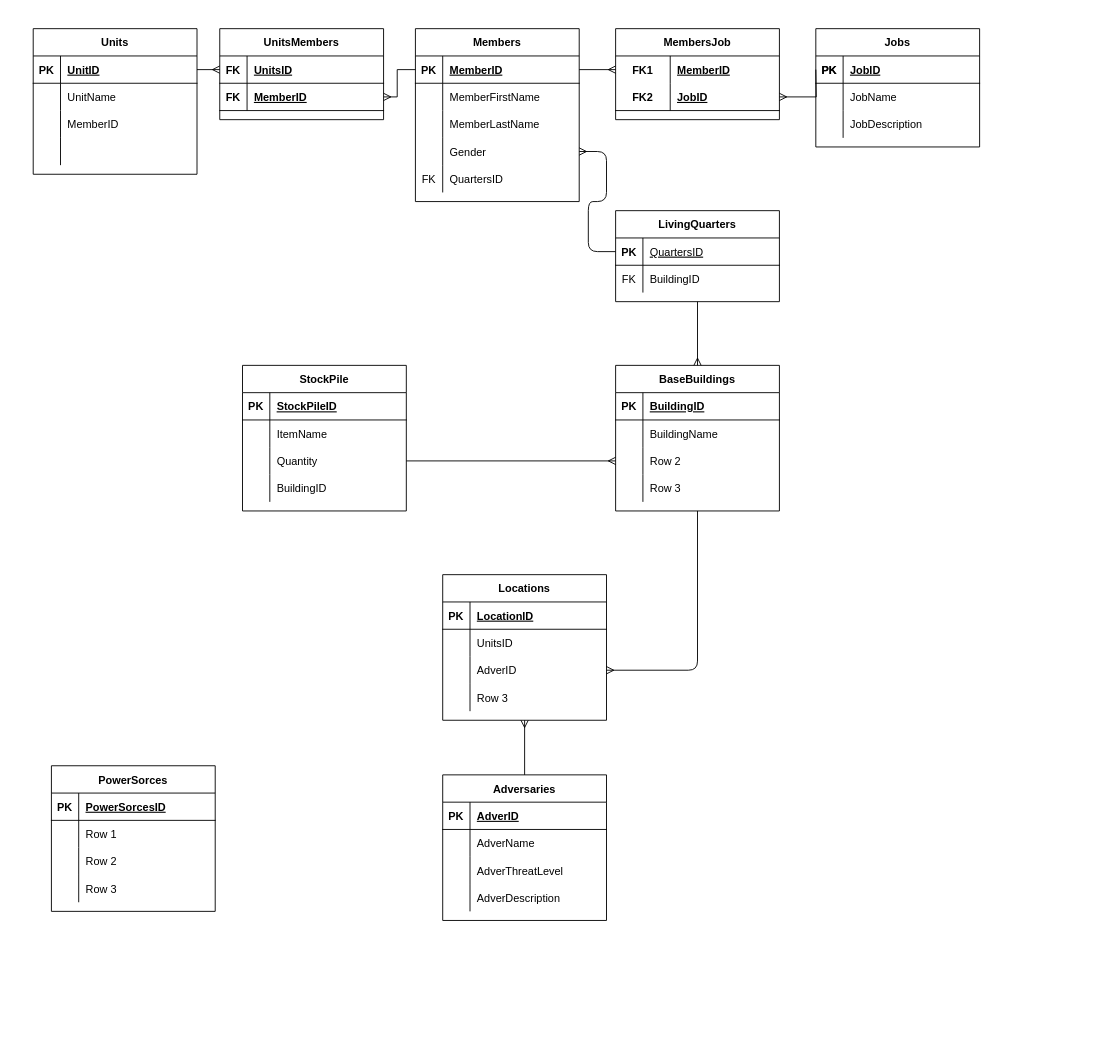
Earlier version of the draw.io diagram doomsdayERD.drawio (coyster10/Doomsday_Project). Source tidied: cells renumbered, new cells numbered last; positions are measured from the earlier drawing's top-left corner, leaving out a move shared by most shapes. Both pictures are drawn from the tidied source at 91%, with x=0, y=0 at pixel (33, 28).
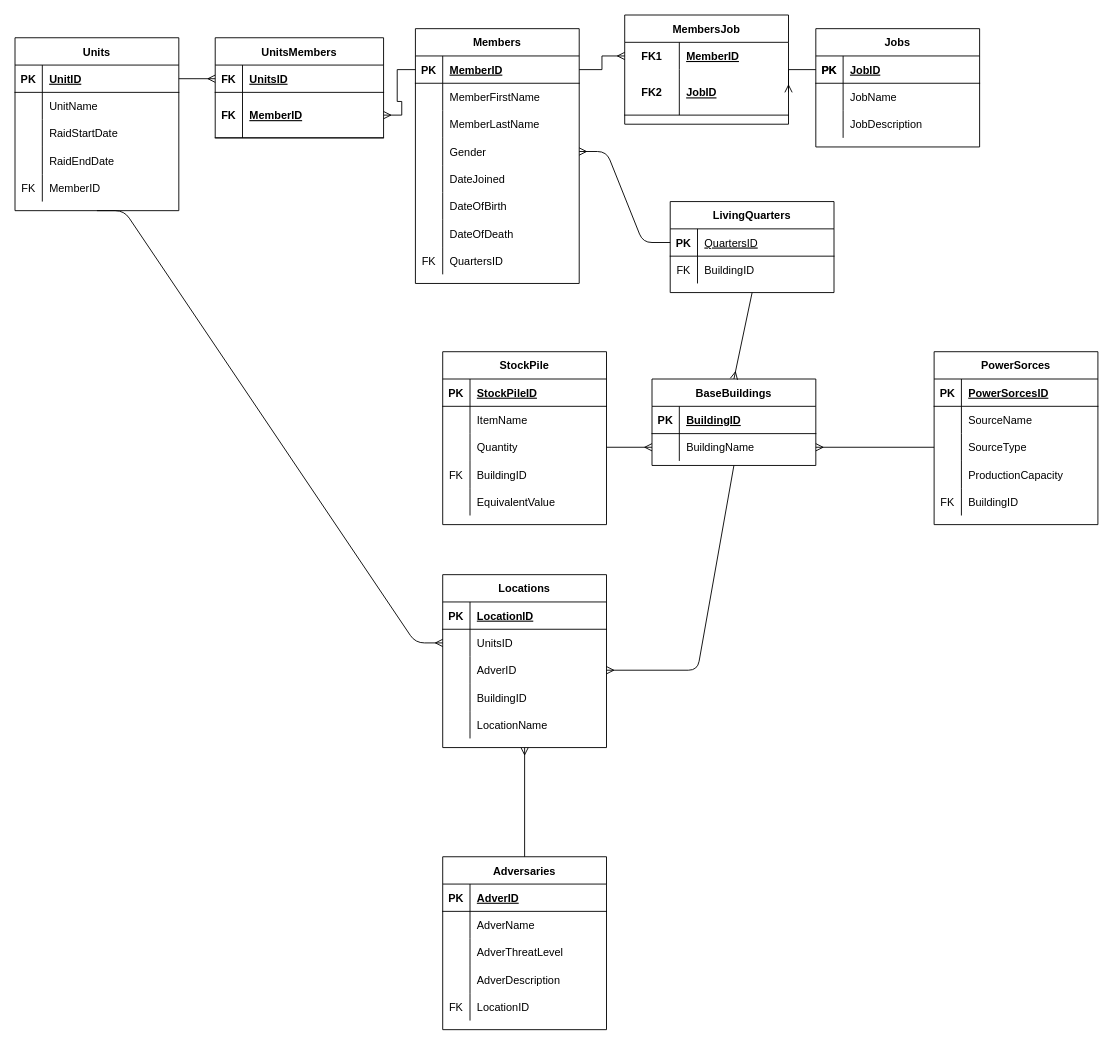
The same page after the edit.

Unchanged cells that the change refers to:
```xml
<mxCell id="22" style="shape=partialRectangle;fillColor=none;top=0;left=0;bottom=0;right=0;points=[[0,0.5],[1,0.5]];portConstraint=eastwest;" parent="18" vertex="1">
  <mxGeometry y="60" width="180" height="30" as="geometry" />
</mxCell>
<mxCell id="28" style="shape=partialRectangle;fillColor=none;top=0;left=0;bottom=0;right=0;" parent="18" vertex="1">
  <mxGeometry y="120" width="180" height="30" as="geometry" />
</mxCell>
<mxCell id="51" style="shape=partialRectangle;fillColor=none;top=0;left=0;bottom=0;right=0;points=[[0,0.5],[1,0.5]];portConstraint=eastwest;" parent="44" vertex="1">
  <mxGeometry y="90" width="180" height="30" as="geometry" />
</mxCell>
<mxCell id="54" style="shape=partialRectangle;fillColor=none;top=0;left=0;bottom=0;right=0;" parent="44" vertex="1">
  <mxGeometry y="120" width="180" height="30" as="geometry" />
</mxCell>
<mxCell id="74" style="shape=partialRectangle;fillColor=none;top=0;left=0;bottom=0;right=0;points=[[0,0.5],[1,0.5]];portConstraint=eastwest;" parent="70" vertex="1">
  <mxGeometry y="60" width="180" height="30" as="geometry" />
</mxCell>
<mxCell id="87" style="shape=partialRectangle;fillColor=none;top=0;left=0;bottom=0;right=0;" parent="83" vertex="1">
  <mxGeometry y="60" width="180" height="30" as="geometry" />
</mxCell>
<mxCell id="90" style="shape=partialRectangle;fillColor=none;top=0;left=0;bottom=0;right=0;points=[[0,0.5],[1,0.5]];portConstraint=eastwest;" parent="83" vertex="1">
  <mxGeometry y="90" width="180" height="30" as="geometry" />
</mxCell>
<mxCell id="93" style="shape=partialRectangle;fillColor=none;top=0;left=0;bottom=0;right=0;" parent="83" vertex="1">
  <mxGeometry y="120" width="180" height="30" as="geometry" />
</mxCell>
```

What changed in the source:
```diff
@@
     <mxCell id="2" value="Members" style="shape=table;startSize=30;childLayout=tableLayout;rowLines=0;fontStyle=1;align=center;" parent="1" vertex="1">
-      <mxGeometry x="420" width="180" height="190" as="geometry" />
+      <mxGeometry x="420" width="180" height="280" as="geometry" />
     </mxCell>
@@
+    <mxCell id="139" style="shape=partialRectangle;fillColor=none;top=0;left=0;bottom=0;right=0;" parent="2" vertex="1">
+      <mxGeometry y="150" width="180" height="30" as="geometry" />
+    </mxCell>
+    <mxCell id="140" style="shape=partialRectangle;fillColor=none;top=0;left=0;bottom=0;right=0;overflow=hidden;" parent="139" vertex="1">
+      <mxGeometry width="30" height="30" as="geometry" />
+    </mxCell>
+    <mxCell id="141" value="DateJoined" style="shape=partialRectangle;fillColor=none;top=0;left=0;bottom=0;right=0;align=left;spacingLeft=6;overflow=hidden;" parent="139" vertex="1">
+      <mxGeometry x="30" width="150" height="30" as="geometry" />
+    </mxCell>
+    <mxCell id="142" style="shape=partialRectangle;fillColor=none;top=0;left=0;bottom=0;right=0;" parent="2" vertex="1">
+      <mxGeometry y="180" width="180" height="30" as="geometry" />
+    </mxCell>
+    <mxCell id="143" style="shape=partialRectangle;fillColor=none;top=0;left=0;bottom=0;right=0;overflow=hidden;" parent="142" vertex="1">
+      <mxGeometry width="30" height="30" as="geometry" />
+    </mxCell>
+    <mxCell id="144" value="DateOfBirth" style="shape=partialRectangle;fillColor=none;top=0;left=0;bottom=0;right=0;align=left;spacingLeft=6;overflow=hidden;" parent="142" vertex="1">
+      <mxGeometry x="30" width="150" height="30" as="geometry" />
+    </mxCell>
+    <mxCell id="145" style="shape=partialRectangle;fillColor=none;top=0;left=0;bottom=0;right=0;" parent="2" vertex="1">
+      <mxGeometry y="210" width="180" height="30" as="geometry" />
+    </mxCell>
+    <mxCell id="146" style="shape=partialRectangle;fillColor=none;top=0;left=0;bottom=0;right=0;overflow=hidden;" parent="145" vertex="1">
+      <mxGeometry width="30" height="30" as="geometry" />
+    </mxCell>
+    <mxCell id="147" value="DateOfDeath" style="shape=partialRectangle;fillColor=none;top=0;left=0;bottom=0;right=0;align=left;spacingLeft=6;overflow=hidden;" parent="145" vertex="1">
+      <mxGeometry x="30" width="150" height="30" as="geometry" />
+    </mxCell>
     <mxCell id="15" style="shape=partialRectangle;fillColor=none;top=0;left=0;bottom=0;right=0;" parent="2" vertex="1">
-      <mxGeometry y="150" width="180" height="30" as="geometry" />
+      <mxGeometry y="240" width="180" height="30" as="geometry" />
     </mxCell>
@@
     <mxCell id="18" value="Locations" style="shape=table;startSize=30;childLayout=tableLayout;rowLines=0;fontStyle=1;align=center;" parent="1" vertex="1">
-      <mxGeometry x="450" y="600" width="180" height="160" as="geometry" />
+      <mxGeometry x="450" y="600" width="180" height="190" as="geometry" />
     </mxCell>
@@
-    <mxCell id="30" value="Row 3" style="shape=partialRectangle;fillColor=none;top=0;left=0;bottom=0;right=0;align=left;spacingLeft=6;overflow=hidden;" parent="28" vertex="1">
+    <mxCell id="30" value="BuildingID" style="shape=partialRectangle;fillColor=none;top=0;left=0;bottom=0;right=0;align=left;spacingLeft=6;overflow=hidden;" parent="28" vertex="1">
       <mxGeometry x="30" width="150" height="30" as="geometry" />
     </mxCell>
+    <mxCell id="148" style="shape=partialRectangle;fillColor=none;top=0;left=0;bottom=0;right=0;" parent="18" vertex="1">
+      <mxGeometry y="150" width="180" height="30" as="geometry" />
+    </mxCell>
+    <mxCell id="149" style="shape=partialRectangle;fillColor=none;top=0;left=0;bottom=0;right=0;overflow=hidden;" parent="148" vertex="1">
+      <mxGeometry width="30" height="30" as="geometry" />
+    </mxCell>
+    <mxCell id="150" value="LocationName" style="shape=partialRectangle;fillColor=none;top=0;left=0;bottom=0;right=0;align=left;spacingLeft=6;overflow=hidden;" parent="148" vertex="1">
+      <mxGeometry x="30" width="150" height="30" as="geometry" />
+    </mxCell>
     <mxCell id="31" value="Units" style="shape=table;startSize=30;childLayout=tableLayout;rowLines=0;fontStyle=1;align=center;" parent="1" vertex="1">
-      <mxGeometry width="180" height="160" as="geometry" />
+      <mxGeometry x="-20" y="10" width="180" height="190" as="geometry" />
     </mxCell>
@@
+    <mxCell id="77" style="shape=partialRectangle;fillColor=none;top=0;left=0;bottom=0;right=0;points=[[0,0.5],[1,0.5]];portConstraint=eastwest;" parent="31" vertex="1">
+      <mxGeometry y="90" width="180" height="30" as="geometry" />
+    </mxCell>
+    <mxCell id="151" style="shape=partialRectangle;fillColor=none;top=0;left=0;bottom=0;right=0;overflow=hidden;" parent="77" vertex="1">
+      <mxGeometry width="30" height="30" as="geometry" />
+    </mxCell>
+    <mxCell id="152" value="RaidStartDate" style="shape=partialRectangle;fillColor=none;top=0;left=0;bottom=0;right=0;align=left;spacingLeft=6;overflow=hidden;" parent="77" vertex="1">
+      <mxGeometry x="30" width="150" height="30" as="geometry" />
+    </mxCell>
+    <mxCell id="153" style="shape=partialRectangle;fillColor=none;top=0;left=0;bottom=0;right=0;" parent="31" vertex="1">
+      <mxGeometry y="120" width="180" height="30" as="geometry" />
+    </mxCell>
+    <mxCell id="154" style="shape=partialRectangle;fillColor=none;top=0;left=0;bottom=0;right=0;overflow=hidden;" parent="153" vertex="1">
+      <mxGeometry width="30" height="30" as="geometry" />
+    </mxCell>
+    <mxCell id="155" value="RaidEndDate" style="shape=partialRectangle;fillColor=none;top=0;left=0;bottom=0;right=0;align=left;spacingLeft=6;overflow=hidden;" parent="153" vertex="1">
+      <mxGeometry x="30" width="150" height="30" as="geometry" />
+    </mxCell>
     <mxCell id="38" style="shape=partialRectangle;fillColor=none;top=0;left=0;bottom=0;right=0;" parent="31" vertex="1">
-      <mxGeometry y="90" width="180" height="30" as="geometry" />
+      <mxGeometry y="150" width="180" height="30" as="geometry" />
     </mxCell>
-    <mxCell id="39" style="shape=partialRectangle;fillColor=none;top=0;left=0;bottom=0;right=0;overflow=hidden;" parent="38" vertex="1">
+    <mxCell id="39" value="FK" style="shape=partialRectangle;fillColor=none;top=0;left=0;bottom=0;right=0;overflow=hidden;" parent="38" vertex="1">
       <mxGeometry width="30" height="30" as="geometry" />
     </mxCell>
@@
-    <mxCell id="41" style="shape=partialRectangle;fillColor=none;top=0;left=0;bottom=0;right=0;" parent="31" vertex="1">
-      <mxGeometry y="120" width="180" height="30" as="geometry" />
-    </mxCell>
-    <mxCell id="42" style="shape=partialRectangle;fillColor=none;top=0;left=0;bottom=0;right=0;overflow=hidden;" parent="41" vertex="1">
-      <mxGeometry width="30" height="30" as="geometry" />
-    </mxCell>
-    <mxCell id="43" style="shape=partialRectangle;fillColor=none;top=0;left=0;bottom=0;right=0;align=left;spacingLeft=6;overflow=hidden;" parent="41" vertex="1">
-      <mxGeometry x="30" width="150" height="30" as="geometry" />
-    </mxCell>
     <mxCell id="44" value="StockPile" style="shape=table;startSize=30;childLayout=tableLayout;rowLines=0;fontStyle=1;align=center;" parent="1" vertex="1">
-      <mxGeometry x="230" y="370" width="180" height="160" as="geometry" />
+      <mxGeometry x="450" y="355" width="180" height="190" as="geometry" />
     </mxCell>
@@
-    <mxCell id="55" style="shape=partialRectangle;fillColor=none;top=0;left=0;bottom=0;right=0;overflow=hidden;" parent="54" vertex="1">
+    <mxCell id="55" value="FK" style="shape=partialRectangle;fillColor=none;top=0;left=0;bottom=0;right=0;overflow=hidden;" parent="54" vertex="1">
       <mxGeometry width="30" height="30" as="geometry" />
     </mxCell>
@@
+    <mxCell id="156" style="shape=partialRectangle;fillColor=none;top=0;left=0;bottom=0;right=0;" parent="44" vertex="1">
+      <mxGeometry y="150" width="180" height="30" as="geometry" />
+    </mxCell>
+    <mxCell id="157" style="shape=partialRectangle;fillColor=none;top=0;left=0;bottom=0;right=0;overflow=hidden;" parent="156" vertex="1">
+      <mxGeometry width="30" height="30" as="geometry" />
+    </mxCell>
+    <mxCell id="158" value="EquivalentValue" style="shape=partialRectangle;fillColor=none;top=0;left=0;bottom=0;right=0;align=left;spacingLeft=6;overflow=hidden;" parent="156" vertex="1">
+      <mxGeometry x="30" width="150" height="30" as="geometry" />
+    </mxCell>
     <mxCell id="57" value="Adversaries" style="shape=table;startSize=30;childLayout=tableLayout;rowLines=0;fontStyle=1;align=center;" parent="1" vertex="1">
-      <mxGeometry x="450" y="820" width="180" height="160" as="geometry" />
+      <mxGeometry x="450" y="910" width="180" height="190" as="geometry" />
     </mxCell>
@@
+    <mxCell id="159" style="shape=partialRectangle;fillColor=none;top=0;left=0;bottom=0;right=0;" parent="57" vertex="1">
+      <mxGeometry y="150" width="180" height="30" as="geometry" />
+    </mxCell>
+    <mxCell id="160" value="FK" style="shape=partialRectangle;fillColor=none;top=0;left=0;bottom=0;right=0;overflow=hidden;" parent="159" vertex="1">
+      <mxGeometry width="30" height="30" as="geometry" />
+    </mxCell>
+    <mxCell id="161" value="LocationID" style="shape=partialRectangle;fillColor=none;top=0;left=0;bottom=0;right=0;align=left;spacingLeft=6;overflow=hidden;" parent="159" vertex="1">
+      <mxGeometry x="30" width="150" height="30" as="geometry" />
+    </mxCell>
     <mxCell id="70" value="BaseBuildings" style="shape=table;startSize=30;childLayout=tableLayout;rowLines=0;fontStyle=1;align=center;" parent="1" vertex="1">
-      <mxGeometry x="640" y="370" width="180" height="160" as="geometry" />
+      <mxGeometry x="680" y="385" width="180" height="95" as="geometry" />
     </mxCell>
@@
-    <mxCell id="77" style="shape=partialRectangle;fillColor=none;top=0;left=0;bottom=0;right=0;points=[[0,0.5],[1,0.5]];portConstraint=eastwest;" parent="70" vertex="1">
-      <mxGeometry y="90" width="180" height="30" as="geometry" />
-    </mxCell>
-    <mxCell id="78" style="shape=partialRectangle;fillColor=none;top=0;left=0;bottom=0;right=0;overflow=hidden;" parent="77" vertex="1">
-      <mxGeometry width="30" height="30" as="geometry" />
-    </mxCell>
-    <mxCell id="79" value="Row 2" style="shape=partialRectangle;fillColor=none;top=0;left=0;bottom=0;right=0;align=left;spacingLeft=6;overflow=hidden;" parent="77" vertex="1">
-      <mxGeometry x="30" width="150" height="30" as="geometry" />
-    </mxCell>
-    <mxCell id="80" style="shape=partialRectangle;fillColor=none;top=0;left=0;bottom=0;right=0;" parent="70" vertex="1">
-      <mxGeometry y="120" width="180" height="30" as="geometry" />
-    </mxCell>
-    <mxCell id="81" style="shape=partialRectangle;fillColor=none;top=0;left=0;bottom=0;right=0;overflow=hidden;" parent="80" vertex="1">
-      <mxGeometry width="30" height="30" as="geometry" />
-    </mxCell>
-    <mxCell id="82" value="Row 3" style="shape=partialRectangle;fillColor=none;top=0;left=0;bottom=0;right=0;align=left;spacingLeft=6;overflow=hidden;" parent="80" vertex="1">
-      <mxGeometry x="30" width="150" height="30" as="geometry" />
-    </mxCell>
     <mxCell id="83" value="PowerSorces" style="shape=table;startSize=30;childLayout=tableLayout;rowLines=0;fontStyle=1;align=center;" parent="1" vertex="1">
-      <mxGeometry x="20" y="810" width="180" height="160" as="geometry" />
+      <mxGeometry x="990" y="355" width="180" height="190" as="geometry" />
     </mxCell>
@@
-    <mxCell id="89" value="Row 1" style="shape=partialRectangle;fillColor=none;top=0;left=0;bottom=0;right=0;align=left;spacingLeft=6;overflow=hidden;" parent="87" vertex="1">
+    <mxCell id="89" value="SourceName" style="shape=partialRectangle;fillColor=none;top=0;left=0;bottom=0;right=0;align=left;spacingLeft=6;overflow=hidden;" parent="87" vertex="1">
       <mxGeometry x="30" width="150" height="30" as="geometry" />
     </mxCell>
@@
-    <mxCell id="92" value="Row 2" style="shape=partialRectangle;fillColor=none;top=0;left=0;bottom=0;right=0;align=left;spacingLeft=6;overflow=hidden;" parent="90" vertex="1">
+    <mxCell id="92" value="SourceType" style="shape=partialRectangle;fillColor=none;top=0;left=0;bottom=0;right=0;align=left;spacingLeft=6;overflow=hidden;" parent="90" vertex="1">
       <mxGeometry x="30" width="150" height="30" as="geometry" />
     </mxCell>
@@
-    <mxCell id="95" value="Row 3" style="shape=partialRectangle;fillColor=none;top=0;left=0;bottom=0;right=0;align=left;spacingLeft=6;overflow=hidden;" parent="93" vertex="1">
+    <mxCell id="95" value="ProductionCapacity" style="shape=partialRectangle;fillColor=none;top=0;left=0;bottom=0;right=0;align=left;spacingLeft=6;overflow=hidden;" parent="93" vertex="1">
       <mxGeometry x="30" width="150" height="30" as="geometry" />
     </mxCell>
+    <mxCell id="162" style="shape=partialRectangle;fillColor=none;top=0;left=0;bottom=0;right=0;" parent="83" vertex="1">
+      <mxGeometry y="150" width="180" height="30" as="geometry" />
+    </mxCell>
+    <mxCell id="163" value="FK" style="shape=partialRectangle;fillColor=none;top=0;left=0;bottom=0;right=0;overflow=hidden;" parent="162" vertex="1">
+      <mxGeometry width="30" height="30" as="geometry" />
+    </mxCell>
+    <mxCell id="164" value="BuildingID" style="shape=partialRectangle;fillColor=none;top=0;left=0;bottom=0;right=0;align=left;spacingLeft=6;overflow=hidden;" parent="162" vertex="1">
+      <mxGeometry x="30" width="150" height="30" as="geometry" />
+    </mxCell>
@@
     <mxCell id="99" value="MembersJob" style="shape=table;startSize=30;childLayout=tableLayout;rowLines=0;fontStyle=1;align=center;" parent="1" vertex="1">
-      <mxGeometry x="640" width="180" height="100" as="geometry" />
+      <mxGeometry x="650" y="-15" width="180" height="120" as="geometry" />
     </mxCell>
@@
     <mxCell id="103" style="shape=partialRectangle;fillColor=none;top=0;left=0;bottom=1;right=0;points=[[0,0.5],[1,0.5]];portConstraint=eastwest;" parent="99" vertex="1">
-      <mxGeometry y="60" width="180" height="30" as="geometry" />
+      <mxGeometry y="60" width="180" height="50" as="geometry" />
     </mxCell>
     <mxCell id="104" value="FK2" style="shape=partialRectangle;fillColor=none;top=0;left=0;bottom=0;right=0;fontStyle=1;overflow=hidden;" parent="103" vertex="1">
-      <mxGeometry width="60" height="30" as="geometry" />
+      <mxGeometry width="60" height="50" as="geometry" />
     </mxCell>
     <mxCell id="105" value="JobID" style="shape=partialRectangle;fillColor=none;top=0;left=0;bottom=0;right=0;align=left;spacingLeft=6;fontStyle=5;overflow=hidden;" parent="103" vertex="1">
-      <mxGeometry x="60" width="120" height="30" as="geometry" />
+      <mxGeometry x="60" width="120" height="50" as="geometry" />
     </mxCell>
@@
     <mxCell id="108" value="UnitsMembers" style="shape=table;startSize=30;childLayout=tableLayout;rowLines=0;fontStyle=1;align=center;" parent="1" vertex="1">
-      <mxGeometry x="205" width="180" height="100" as="geometry" />
+      <mxGeometry x="200" y="10" width="185" height="110" as="geometry" />
     </mxCell>
     <mxCell id="109" style="shape=partialRectangle;fillColor=none;top=0;left=0;bottom=1;right=0;points=[[0,0.5],[1,0.5]];portConstraint=eastwest;" parent="108" vertex="1">
-      <mxGeometry y="30" width="180" height="30" as="geometry" />
+      <mxGeometry y="30" width="185" height="30" as="geometry" />
     </mxCell>
@@
     <mxCell id="111" value="UnitsID" style="shape=partialRectangle;fillColor=none;top=0;left=0;bottom=0;right=0;align=left;spacingLeft=6;fontStyle=5;overflow=hidden;" parent="109" vertex="1">
-      <mxGeometry x="30" width="150" height="30" as="geometry" />
+      <mxGeometry x="30" width="155" height="30" as="geometry" />
     </mxCell>
     <mxCell id="112" style="shape=partialRectangle;fillColor=none;top=0;left=0;bottom=1;right=0;points=[[0,0.5],[1,0.5]];portConstraint=eastwest;" parent="108" vertex="1">
-      <mxGeometry y="60" width="180" height="30" as="geometry" />
+      <mxGeometry y="60" width="185" height="50" as="geometry" />
     </mxCell>
     <mxCell id="113" value="FK" style="shape=partialRectangle;fillColor=none;top=0;left=0;bottom=0;right=0;fontStyle=1;overflow=hidden;" parent="112" vertex="1">
-      <mxGeometry width="30" height="30" as="geometry" />
+      <mxGeometry width="30" height="50" as="geometry" />
     </mxCell>
     <mxCell id="114" value="MemberID" style="shape=partialRectangle;fillColor=none;top=0;left=0;bottom=0;right=0;align=left;spacingLeft=6;fontStyle=5;overflow=hidden;" parent="112" vertex="1">
-      <mxGeometry x="30" width="150" height="30" as="geometry" />
+      <mxGeometry x="30" width="155" height="50" as="geometry" />
     </mxCell>
@@
     <mxCell id="127" value="LivingQuarters" style="shape=table;startSize=30;childLayout=tableLayout;rowLines=0;fontStyle=1;align=center;" parent="1" vertex="1">
-      <mxGeometry x="640" y="200" width="180" height="100" as="geometry" />
+      <mxGeometry x="700" y="190" width="180" height="100" as="geometry" />
     </mxCell>
@@
-    <mxCell id="135" style="endArrow=ERmany;html=1;entryX=0;entryY=0.5;entryDx=0;entryDy=0;exitX=1;exitY=0.5;exitDx=0;exitDy=0;startArrow=none;startFill=0;endFill=0;" parent="1" edge="1" source="51" target="77">
+    <mxCell id="135" style="endArrow=ERmany;html=1;entryX=0;entryY=0.5;entryDx=0;entryDy=0;exitX=1;exitY=0.5;exitDx=0;exitDy=0;startArrow=none;startFill=0;endFill=0;" parent="1" edge="1" source="51" target="74">
       <mxGeometry relative="1" as="geometry" />
     </mxCell>
@@
+    <mxCell id="165" style="endArrow=none;html=1;entryX=0;entryY=0.5;entryDx=0;entryDy=0;exitX=1;exitY=0.5;exitDx=0;exitDy=0;endFill=0;startArrow=ERmany;startFill=0;" parent="1" edge="1" source="74" target="90">
+      <mxGeometry relative="1" as="geometry" />
+    </mxCell>
+    <mxCell id="166" style="edgeStyle=entityRelationEdgeStyle;fontSize=12;html=1;endArrow=ERmany;exitX=0.5;exitY=1;exitDx=0;exitDy=0;entryX=0;entryY=0.5;entryDx=0;entryDy=0;" parent="1" edge="1" source="31" target="22">
+      <mxGeometry relative="1" as="geometry" />
+    </mxCell>
```
